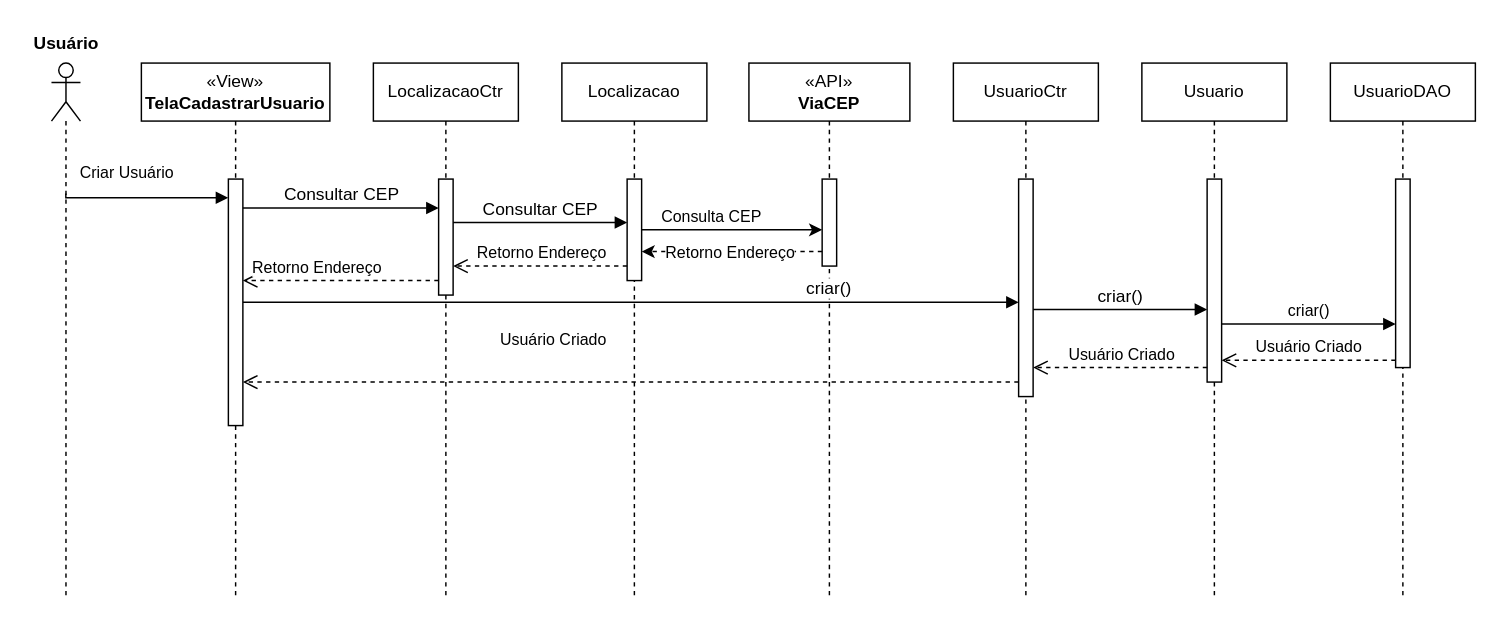
Earlier version of the draw.io diagram Documentação/Diagramas/Diagramas de Sequencia/Diagrama de Sequencia Cadastrar Usuário.drawio (frsouzaa/Documentacao-TCC-NossaVia). Source tidied: cells renumbered, new cells numbered last; positions are measured from the earlier drawing's top-left corner, leaving out a move shared by most shapes. Both pictures are drawn from the tidied source at 145%, with x=0, y=0 at pixel (25, 25).
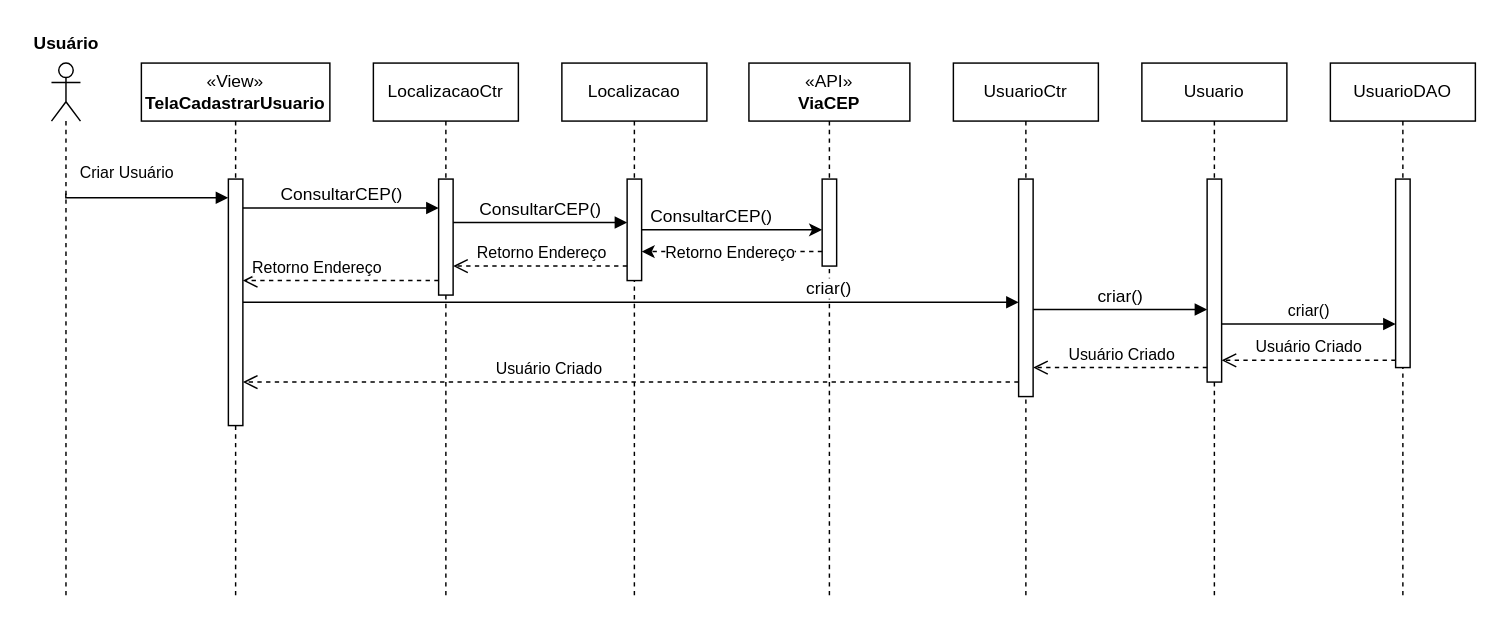
The same page after the edit.

Unchanged cells that the change refers to:
```xml
<mxCell id="10" style="html=1;points=[[0,0,0,0,5],[0,1,0,0,-5],[1,0,0,0,5],[1,1,0,0,-5]];perimeter=orthogonalPerimeter;outlineConnect=0;targetShapes=umlLifeline;portConstraint=eastwest;newEdgeStyle={&quot;curved&quot;:0,&quot;rounded&quot;:0};" parent="9" vertex="1">
  <mxGeometry x="45" y="80" width="10" height="150" as="geometry" />
</mxCell>
<mxCell id="21" style="edgeStyle=orthogonalEdgeStyle;rounded=0;jettySize=auto;html=1;curved=0;" parent="1" edge="1" source="26" target="4">
  <mxGeometry relative="1" as="geometry">
    <Array as="points">
      <mxPoint x="460" y="141" />
      <mxPoint x="460" y="141" />
    </Array>
  </mxGeometry>
</mxCell>
<mxCell id="28" style="html=1;points=[[0,0,0,0,5],[0,1,0,0,-5],[1,0,0,0,5],[1,1,0,0,-5]];perimeter=orthogonalPerimeter;outlineConnect=0;targetShapes=umlLifeline;portConstraint=eastwest;newEdgeStyle={&quot;curved&quot;:0,&quot;rounded&quot;:0};" parent="27" vertex="1">
  <mxGeometry x="45" y="80" width="10" height="80" as="geometry" />
</mxCell>
```

The edit, as a diff of the source:
```diff
@@
     <mxCell id="17" value="Usuário&amp;nbsp;Criado" style="html=1;verticalAlign=bottom;endArrow=open;dashed=1;endSize=8;curved=0;rounded=0;" parent="1" edge="1" source="10">
-      <mxGeometry x="0.2" y="-20" relative="1" as="geometry">
+      <mxGeometry x="0.21" relative="1" as="geometry">
         <mxPoint x="150" y="246" as="targetPoint" />
       </mxGeometry>
     </mxCell>
@@
-    <mxCell id="22" value="Consulta CEP" style="edgeLabel;html=1;align=center;verticalAlign=middle;" parent="21" vertex="1">
+    <mxCell id="22" value="&lt;span style=&quot;font-size: 12px; text-align: left;&quot;&gt;ConsultarCEP()&lt;/span&gt;" style="edgeLabel;html=1;align=center;verticalAlign=middle;" parent="21" vertex="1">
       <mxGeometry x="-0.26" y="1" relative="1" as="geometry">
         <mxPoint x="1" y="-9" as="offset" />
       </mxGeometry>
     </mxCell>
@@
-    <mxCell id="29" value="&lt;span style=&quot;font-size: 12px; text-align: left;&quot;&gt;Consultar CEP&lt;/span&gt;" style="html=1;verticalAlign=bottom;endArrow=block;curved=0;rounded=0;exitX=1;exitY=0;exitDx=0;exitDy=5;exitPerimeter=0;" parent="1" edge="1">
+    <mxCell id="29" value="&lt;span style=&quot;font-size: 12px; text-align: left;&quot;&gt;ConsultarCEP()&lt;/span&gt;" style="html=1;verticalAlign=bottom;endArrow=block;curved=0;rounded=0;exitX=1;exitY=0;exitDx=0;exitDy=5;exitPerimeter=0;" parent="1" edge="1">
       <mxGeometry relative="1" as="geometry">
         <mxPoint x="295" y="136" as="sourcePoint" />
         <mxPoint x="415" y="136" as="targetPoint" />
       </mxGeometry>
     </mxCell>
@@
-    <mxCell id="31" value="&lt;span style=&quot;font-size: 12px; text-align: left;&quot;&gt;Consultar CEP&lt;/span&gt;" style="html=1;verticalAlign=bottom;endArrow=block;curved=0;rounded=0;exitX=1;exitY=0;exitDx=0;exitDy=5;exitPerimeter=0;" parent="1" edge="1" target="28">
+    <mxCell id="31" value="&lt;span style=&quot;font-size: 12px; text-align: left;&quot;&gt;ConsultarCEP()&lt;/span&gt;" style="html=1;verticalAlign=bottom;endArrow=block;curved=0;rounded=0;exitX=1;exitY=0;exitDx=0;exitDy=5;exitPerimeter=0;" parent="1" edge="1" target="28">
       <mxGeometry relative="1" as="geometry">
         <mxPoint x="150" y="126" as="sourcePoint" />
       </mxGeometry>
     </mxCell>
```
